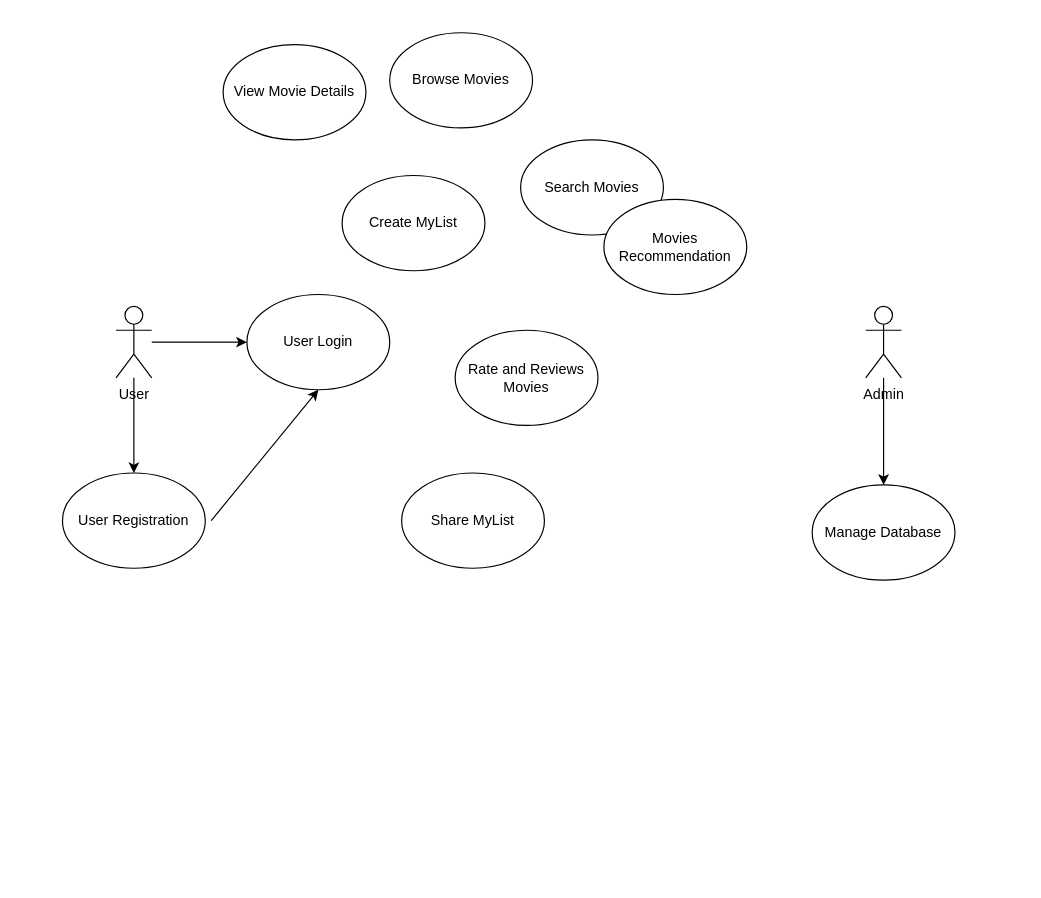
The draw.io diagram MovieList UCD.drawio in randyisalive/MovieList-FinalProject, before the edit. Source tidied: cells renumbered, new cells numbered last; positions are measured from the earlier drawing's top-left corner, leaving out a move shared by most shapes. Both pictures are drawn from the tidied source at 119%, with x=0, y=0 at pixel (62, 32).
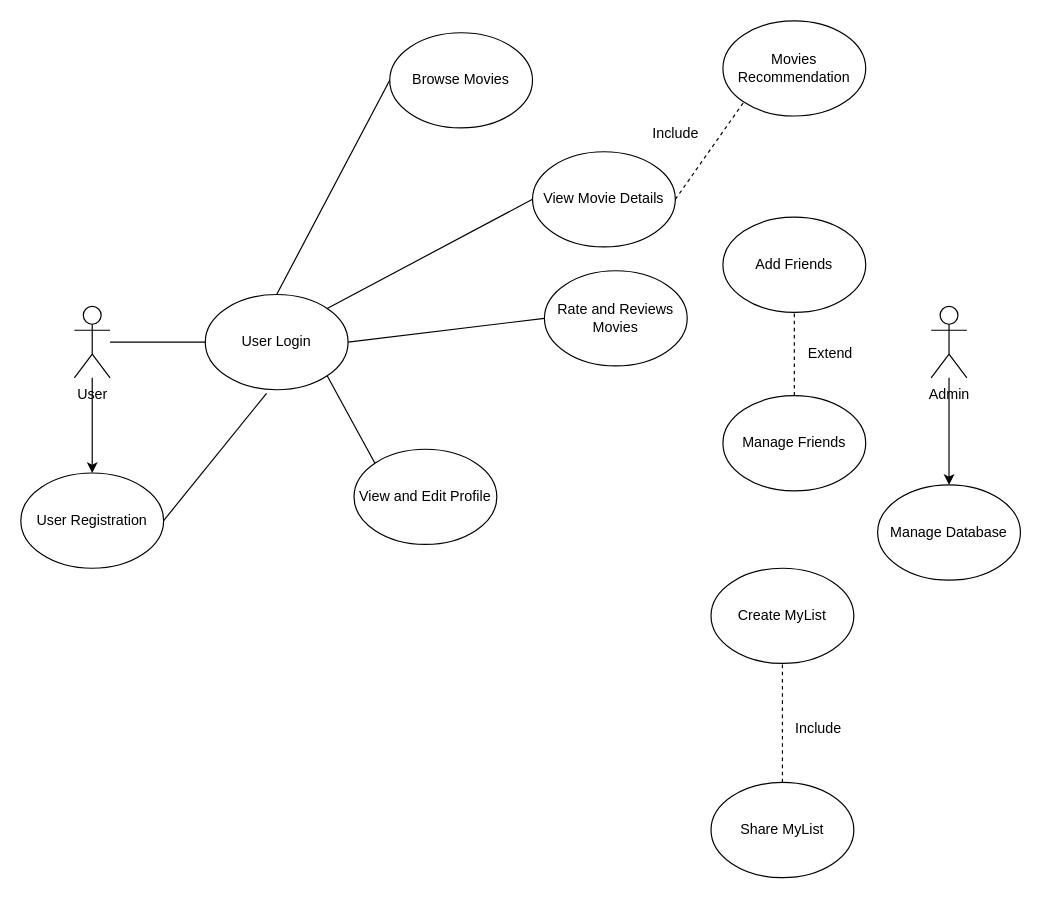
Above is the later version.

The change refers to these unchanged cells:
```xml
<mxCell id="8" value="Browse Movies" style="ellipse;whiteSpace=wrap;html=1;" parent="1" vertex="1">
  <mxGeometry x="275" width="120" height="80" as="geometry" />
</mxCell>
```

Diff of the diagram source:
```diff
@@
-    <mxCell id="2" style="edgeStyle=orthogonalEdgeStyle;rounded=0;jettySize=auto;html=1;" parent="1" edge="1" source="4" target="5">
-      <mxGeometry relative="1" as="geometry" />
-    </mxCell>
@@
     <mxCell id="4" value="User" style="shape=umlActor;verticalLabelPosition=bottom;verticalAlign=top;html=1;outlineConnect=0;" parent="1" vertex="1">
-      <mxGeometry x="45" y="230" width="30" height="60" as="geometry" />
+      <mxGeometry x="10" y="230" width="30" height="60" as="geometry" />
     </mxCell>
     <mxCell id="5" value="User Login" style="ellipse;whiteSpace=wrap;html=1;" parent="1" vertex="1">
-      <mxGeometry x="155" y="220" width="120" height="80" as="geometry" />
+      <mxGeometry x="120" y="220" width="120" height="80" as="geometry" />
     </mxCell>
     <mxCell id="6" value="User Registration" style="ellipse;whiteSpace=wrap;html=1;" parent="1" vertex="1">
-      <mxGeometry y="370" width="120" height="80" as="geometry" />
+      <mxGeometry x="-35" y="370" width="120" height="80" as="geometry" />
     </mxCell>
-    <mxCell id="7" style="endArrow=classic;html=1;rounded=0;entryX=0.5;entryY=1;entryDx=0;entryDy=0;" parent="1" edge="1" target="5">
-      <mxGeometry relative="1" as="geometry">
-        <mxPoint x="125" y="410" as="sourcePoint" />
-      </mxGeometry>
-    </mxCell>
@@
     <mxCell id="9" value="View Movie Details" style="ellipse;whiteSpace=wrap;html=1;" parent="1" vertex="1">
-      <mxGeometry x="135" y="10" width="120" height="80" as="geometry" />
+      <mxGeometry x="395" y="100" width="120" height="80" as="geometry" />
     </mxCell>
-    <mxCell id="10" value="Search Movies" style="ellipse;whiteSpace=wrap;html=1;" parent="1" vertex="1">
-      <mxGeometry x="385" y="90" width="120" height="80" as="geometry" />
-    </mxCell>
     <mxCell id="11" value="Rate and Reviews Movies" style="ellipse;whiteSpace=wrap;html=1;" parent="1" vertex="1">
-      <mxGeometry x="330" y="250" width="120" height="80" as="geometry" />
+      <mxGeometry x="405" y="200" width="120" height="80" as="geometry" />
     </mxCell>
-    <mxCell id="12" value="Create MyList" style="ellipse;whiteSpace=wrap;html=1;" parent="1" vertex="1">
-      <mxGeometry x="235" y="120" width="120" height="80" as="geometry" />
-    </mxCell>
-    <mxCell id="13" value="Share MyList" style="ellipse;whiteSpace=wrap;html=1;" parent="1" vertex="1">
-      <mxGeometry x="285" y="370" width="120" height="80" as="geometry" />
-    </mxCell>
     <mxCell id="14" value="Movies Recommendation" style="ellipse;whiteSpace=wrap;html=1;" parent="1" vertex="1">
-      <mxGeometry x="455" y="140" width="120" height="80" as="geometry" />
+      <mxGeometry x="555" y="-10" width="120" height="80" as="geometry" />
     </mxCell>
     <mxCell id="15" value="Manage Database" style="ellipse;whiteSpace=wrap;html=1;" parent="1" vertex="1">
-      <mxGeometry x="630" y="380" width="120" height="80" as="geometry" />
+      <mxGeometry x="685" y="380" width="120" height="80" as="geometry" />
     </mxCell>
@@
     <mxCell id="17" value="Admin" style="shape=umlActor;verticalLabelPosition=bottom;verticalAlign=top;html=1;outlineConnect=0;" parent="1" vertex="1">
-      <mxGeometry x="675" y="230" width="30" height="60" as="geometry" />
+      <mxGeometry x="730" y="230" width="30" height="60" as="geometry" />
     </mxCell>
+    <mxCell id="18" value="View and Edit Profile" style="ellipse;whiteSpace=wrap;html=1;" parent="1" vertex="1">
+      <mxGeometry x="245" y="350" width="120" height="80" as="geometry" />
+    </mxCell>
+    <mxCell id="19" value="Add Friends" style="ellipse;whiteSpace=wrap;html=1;" parent="1" vertex="1">
+      <mxGeometry x="555" y="155" width="120" height="80" as="geometry" />
+    </mxCell>
+    <mxCell id="2" style="endArrow=none;html=1;rounded=0;entryX=0;entryY=0.5;entryDx=0;entryDy=0;" parent="1" edge="1" source="4" target="5">
+      <mxGeometry relative="1" as="geometry" />
+    </mxCell>
+    <mxCell id="20" style="endArrow=none;html=1;rounded=0;entryX=0.429;entryY=1.038;entryDx=0;entryDy=0;entryPerimeter=0;exitX=1;exitY=0.5;exitDx=0;exitDy=0;" parent="1" edge="1" source="6" target="5">
+      <mxGeometry relative="1" as="geometry" />
+    </mxCell>
+    <mxCell id="21" style="group;" parent="1" vertex="1">
+      <mxGeometry x="545" y="450" width="120" height="260" as="geometry" />
+    </mxCell>
+    <mxCell id="12" value="Create MyList" style="ellipse;whiteSpace=wrap;html=1;" parent="21" vertex="1">
+      <mxGeometry width="120" height="80" as="geometry" />
+    </mxCell>
+    <mxCell id="13" value="Share MyList" style="ellipse;whiteSpace=wrap;html=1;" parent="21" vertex="1">
+      <mxGeometry y="180" width="120" height="80" as="geometry" />
+    </mxCell>
+    <mxCell id="22" style="endArrow=none;dashed=1;html=1;rounded=0;exitX=0.5;exitY=0;exitDx=0;exitDy=0;" parent="21" edge="1" source="13" target="12">
+      <mxGeometry relative="1" as="geometry" />
+    </mxCell>
+    <mxCell id="23" value="Include" style="text;html=1;align=center;verticalAlign=middle;strokeColor=none;fillColor=none;" parent="21" vertex="1">
+      <mxGeometry x="60" y="120" width="60" height="30" as="geometry" />
+    </mxCell>
+    <mxCell id="24" style="endArrow=none;html=1;rounded=0;entryX=0;entryY=0.5;entryDx=0;entryDy=0;exitX=0.5;exitY=0;exitDx=0;exitDy=0;" parent="1" edge="1" source="5" target="8">
+      <mxGeometry relative="1" as="geometry" />
+    </mxCell>
+    <mxCell id="25" style="endArrow=none;html=1;rounded=0;entryX=0;entryY=0.5;entryDx=0;entryDy=0;exitX=1;exitY=0;exitDx=0;exitDy=0;" parent="1" edge="1" source="5" target="9">
+      <mxGeometry relative="1" as="geometry" />
+    </mxCell>
+    <mxCell id="26" value="Manage Friends" style="ellipse;whiteSpace=wrap;html=1;" parent="1" vertex="1">
+      <mxGeometry x="555" y="305" width="120" height="80" as="geometry" />
+    </mxCell>
+    <mxCell id="27" style="endArrow=none;dashed=1;html=1;rounded=0;entryX=0.5;entryY=1;entryDx=0;entryDy=0;exitX=0.5;exitY=0;exitDx=0;exitDy=0;" parent="1" edge="1" source="26" target="19">
+      <mxGeometry relative="1" as="geometry" />
+    </mxCell>
+    <mxCell id="28" value="Extend" style="text;html=1;align=center;verticalAlign=middle;strokeColor=none;fillColor=none;" parent="1" vertex="1">
+      <mxGeometry x="615" y="255" width="60" height="30" as="geometry" />
+    </mxCell>
+    <mxCell id="29" style="endArrow=none;html=1;rounded=0;entryX=0;entryY=0;entryDx=0;entryDy=0;exitX=1;exitY=1;exitDx=0;exitDy=0;" parent="1" edge="1" source="5" target="18">
+      <mxGeometry relative="1" as="geometry" />
+    </mxCell>
+    <mxCell id="30" style="endArrow=none;dashed=1;html=1;rounded=0;entryX=0;entryY=1;entryDx=0;entryDy=0;exitX=1;exitY=0.5;exitDx=0;exitDy=0;" parent="1" edge="1" source="9" target="14">
+      <mxGeometry relative="1" as="geometry" />
+    </mxCell>
+    <mxCell id="31" value="Include" style="text;html=1;align=center;verticalAlign=middle;strokeColor=none;fillColor=none;" parent="1" vertex="1">
+      <mxGeometry x="485" y="70" width="60" height="30" as="geometry" />
+    </mxCell>
+    <mxCell id="32" style="endArrow=none;html=1;rounded=0;entryX=0;entryY=0.5;entryDx=0;entryDy=0;exitX=1;exitY=0.5;exitDx=0;exitDy=0;" parent="1" edge="1" source="5" target="11">
+      <mxGeometry relative="1" as="geometry" />
+    </mxCell>
```
